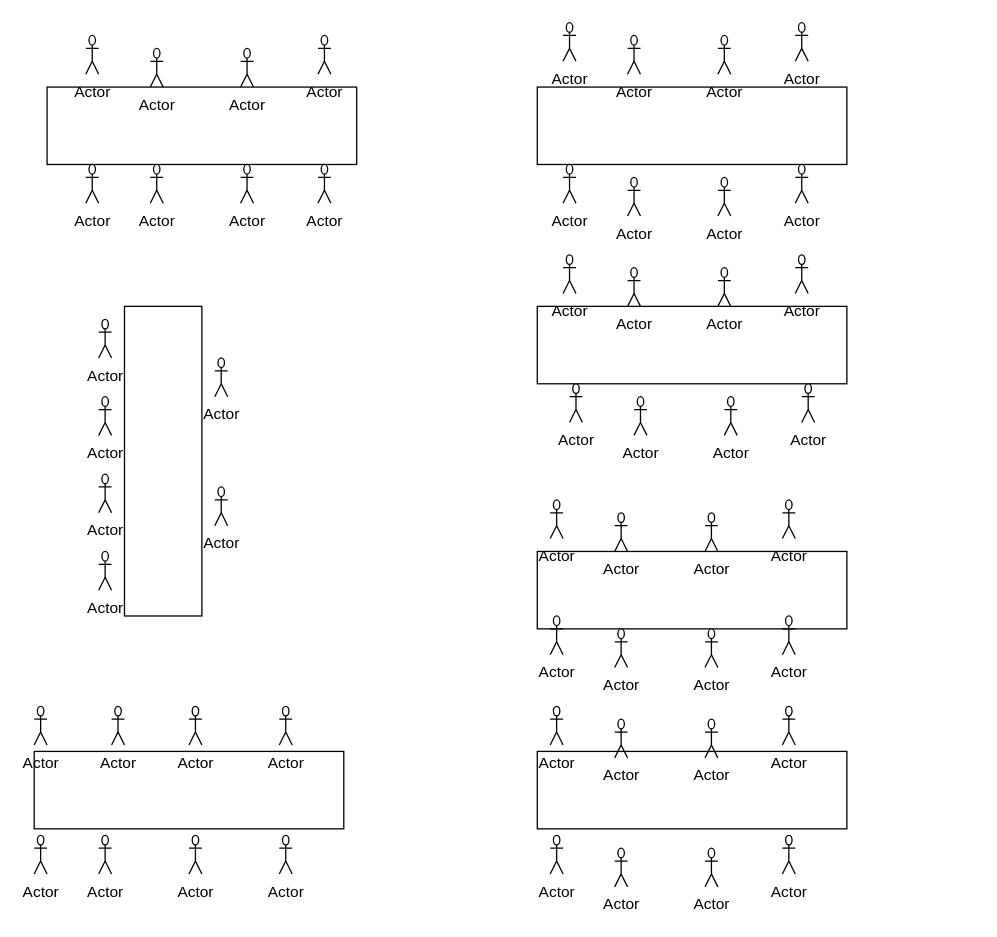
Before: Sitzplan Hochzeit.drawio in FlorianKuehn96/hochzeit-natascha-florian-clean, a draw.io diagram. Source tidied: cells renumbered, new cells numbered last; positions are measured from the earlier drawing's top-left corner, leaving out a move shared by most shapes. Both pictures are drawn from the tidied source at 129%, with x=0, y=0 at pixel (8, 22).
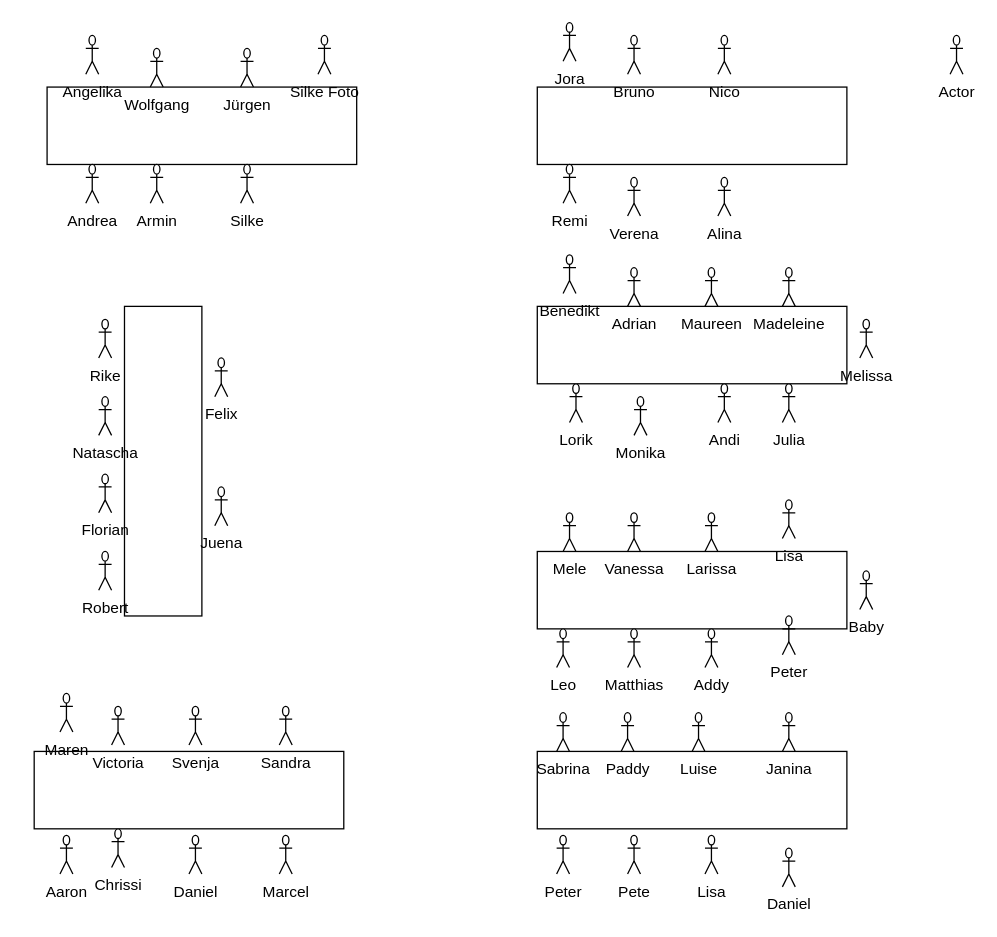
Above is the later version.

What changed in the source:
```diff
@@
-    <mxCell id="9" value="Actor" style="shape=umlActor;verticalLabelPosition=bottom;verticalAlign=top;html=1;" parent="1" vertex="1">
+    <mxCell id="9" value="Angelika" style="shape=umlActor;verticalLabelPosition=bottom;verticalAlign=top;html=1;" parent="1" vertex="1">
       <mxGeometry x="60" y="10" width="10" height="30" as="geometry" />
     </mxCell>
-    <mxCell id="10" value="Actor" style="shape=umlActor;verticalLabelPosition=bottom;verticalAlign=top;html=1;" parent="1" vertex="1">
+    <mxCell id="10" value="&lt;div&gt;Silke Foto&lt;/div&gt;" style="shape=umlActor;verticalLabelPosition=bottom;verticalAlign=top;html=1;" parent="1" vertex="1">
       <mxGeometry x="240" y="10" width="10" height="30" as="geometry" />
     </mxCell>
-    <mxCell id="11" value="Actor" style="shape=umlActor;verticalLabelPosition=bottom;verticalAlign=top;html=1;" parent="1" vertex="1">
+    <mxCell id="11" value="Wolfgang" style="shape=umlActor;verticalLabelPosition=bottom;verticalAlign=top;html=1;" parent="1" vertex="1">
       <mxGeometry x="110" y="20" width="10" height="30" as="geometry" />
     </mxCell>
-    <mxCell id="12" value="Actor" style="shape=umlActor;verticalLabelPosition=bottom;verticalAlign=top;html=1;" parent="1" vertex="1">
+    <mxCell id="12" value="Jürgen" style="shape=umlActor;verticalLabelPosition=bottom;verticalAlign=top;html=1;" parent="1" vertex="1">
       <mxGeometry x="180" y="20" width="10" height="30" as="geometry" />
     </mxCell>
-    <mxCell id="13" value="Actor" style="shape=umlActor;verticalLabelPosition=bottom;verticalAlign=top;html=1;" parent="1" vertex="1">
+    <mxCell id="13" value="Armin" style="shape=umlActor;verticalLabelPosition=bottom;verticalAlign=top;html=1;" parent="1" vertex="1">
       <mxGeometry x="110" y="110" width="10" height="30" as="geometry" />
     </mxCell>
-    <mxCell id="14" value="Actor" style="shape=umlActor;verticalLabelPosition=bottom;verticalAlign=top;html=1;" parent="1" vertex="1">
+    <mxCell id="14" value="Andrea" style="shape=umlActor;verticalLabelPosition=bottom;verticalAlign=top;html=1;" parent="1" vertex="1">
       <mxGeometry x="60" y="110" width="10" height="30" as="geometry" />
     </mxCell>
-    <mxCell id="15" value="Actor" style="shape=umlActor;verticalLabelPosition=bottom;verticalAlign=top;html=1;" parent="1" vertex="1">
+    <mxCell id="15" value="Silke" style="shape=umlActor;verticalLabelPosition=bottom;verticalAlign=top;html=1;" parent="1" vertex="1">
       <mxGeometry x="180" y="110" width="10" height="30" as="geometry" />
     </mxCell>
-    <mxCell id="16" value="Actor" style="shape=umlActor;verticalLabelPosition=bottom;verticalAlign=top;html=1;" parent="1" vertex="1">
-      <mxGeometry x="240" y="110" width="10" height="30" as="geometry" />
+    <mxCell id="16" value="&lt;div&gt;Larissa&lt;/div&gt;" style="shape=umlActor;verticalLabelPosition=bottom;verticalAlign=top;html=1;" parent="1" vertex="1">
+      <mxGeometry x="540" y="380" width="10" height="30" as="geometry" />
     </mxCell>
-    <mxCell id="17" value="Actor" style="shape=umlActor;verticalLabelPosition=bottom;verticalAlign=top;html=1;" parent="1" vertex="1">
+    <mxCell id="17" value="Jora" style="shape=umlActor;verticalLabelPosition=bottom;verticalAlign=top;html=1;" parent="1" vertex="1">
       <mxGeometry x="430" width="10" height="30" as="geometry" />
     </mxCell>
     <mxCell id="18" value="Actor" style="shape=umlActor;verticalLabelPosition=bottom;verticalAlign=top;html=1;" parent="1" vertex="1">
-      <mxGeometry x="610" width="10" height="30" as="geometry" />
+      <mxGeometry x="730" y="10" width="10" height="30" as="geometry" />
     </mxCell>
-    <mxCell id="19" value="Actor" style="shape=umlActor;verticalLabelPosition=bottom;verticalAlign=top;html=1;" parent="1" vertex="1">
+    <mxCell id="19" value="Bruno" style="shape=umlActor;verticalLabelPosition=bottom;verticalAlign=top;html=1;" parent="1" vertex="1">
       <mxGeometry x="480" y="10" width="10" height="30" as="geometry" />
     </mxCell>
-    <mxCell id="20" value="Actor" style="shape=umlActor;verticalLabelPosition=bottom;verticalAlign=top;html=1;" parent="1" vertex="1">
+    <mxCell id="20" value="Nico" style="shape=umlActor;verticalLabelPosition=bottom;verticalAlign=top;html=1;" parent="1" vertex="1">
       <mxGeometry x="550" y="10" width="10" height="30" as="geometry" />
     </mxCell>
-    <mxCell id="21" value="Actor" style="shape=umlActor;verticalLabelPosition=bottom;verticalAlign=top;html=1;" parent="1" vertex="1">
+    <mxCell id="21" value="Remi" style="shape=umlActor;verticalLabelPosition=bottom;verticalAlign=top;html=1;" parent="1" vertex="1">
       <mxGeometry x="430" y="110" width="10" height="30" as="geometry" />
     </mxCell>
-    <mxCell id="22" value="Actor" style="shape=umlActor;verticalLabelPosition=bottom;verticalAlign=top;html=1;" parent="1" vertex="1">
-      <mxGeometry x="610" y="110" width="10" height="30" as="geometry" />
+    <mxCell id="22" value="Addy" style="shape=umlActor;verticalLabelPosition=bottom;verticalAlign=top;html=1;" parent="1" vertex="1">
+      <mxGeometry x="540" y="470" width="10" height="30" as="geometry" />
     </mxCell>
-    <mxCell id="23" value="Actor" style="shape=umlActor;verticalLabelPosition=bottom;verticalAlign=top;html=1;" parent="1" vertex="1">
+    <mxCell id="23" value="Verena" style="shape=umlActor;verticalLabelPosition=bottom;verticalAlign=top;html=1;" parent="1" vertex="1">
       <mxGeometry x="480" y="120" width="10" height="30" as="geometry" />
     </mxCell>
-    <mxCell id="24" value="Actor" style="shape=umlActor;verticalLabelPosition=bottom;verticalAlign=top;html=1;" parent="1" vertex="1">
+    <mxCell id="24" value="Alina" style="shape=umlActor;verticalLabelPosition=bottom;verticalAlign=top;html=1;" parent="1" vertex="1">
       <mxGeometry x="550" y="120" width="10" height="30" as="geometry" />
     </mxCell>
-    <mxCell id="25" value="Actor" style="shape=umlActor;verticalLabelPosition=bottom;verticalAlign=top;html=1;" parent="1" vertex="1">
+    <mxCell id="25" value="Lorik" style="shape=umlActor;verticalLabelPosition=bottom;verticalAlign=top;html=1;" parent="1" vertex="1">
       <mxGeometry x="435" y="280" width="10" height="30" as="geometry" />
     </mxCell>
-    <mxCell id="26" value="Actor" style="shape=umlActor;verticalLabelPosition=bottom;verticalAlign=top;html=1;" parent="1" vertex="1">
-      <mxGeometry x="615" y="280" width="10" height="30" as="geometry" />
+    <mxCell id="26" value="&lt;div&gt;Baby&lt;/div&gt;" style="shape=umlActor;verticalLabelPosition=bottom;verticalAlign=top;html=1;" parent="1" vertex="1">
+      <mxGeometry x="660" y="425" width="10" height="30" as="geometry" />
     </mxCell>
-    <mxCell id="27" value="Actor" style="shape=umlActor;verticalLabelPosition=bottom;verticalAlign=top;html=1;" parent="1" vertex="1">
+    <mxCell id="27" value="Monika" style="shape=umlActor;verticalLabelPosition=bottom;verticalAlign=top;html=1;" parent="1" vertex="1">
       <mxGeometry x="485" y="290" width="10" height="30" as="geometry" />
     </mxCell>
-    <mxCell id="28" value="Actor" style="shape=umlActor;verticalLabelPosition=bottom;verticalAlign=top;html=1;" parent="1" vertex="1">
-      <mxGeometry x="555" y="290" width="10" height="30" as="geometry" />
+    <mxCell id="28" value="Aaron" style="shape=umlActor;verticalLabelPosition=bottom;verticalAlign=top;html=1;" parent="1" vertex="1">
+      <mxGeometry x="40" y="630" width="10" height="30" as="geometry" />
     </mxCell>
-    <mxCell id="29" value="Actor" style="shape=umlActor;verticalLabelPosition=bottom;verticalAlign=top;html=1;" parent="1" vertex="1">
+    <mxCell id="29" value="Benedikt" style="shape=umlActor;verticalLabelPosition=bottom;verticalAlign=top;html=1;" parent="1" vertex="1">
       <mxGeometry x="430" y="180" width="10" height="30" as="geometry" />
     </mxCell>
-    <mxCell id="30" value="Actor" style="shape=umlActor;verticalLabelPosition=bottom;verticalAlign=top;html=1;" parent="1" vertex="1">
-      <mxGeometry x="610" y="180" width="10" height="30" as="geometry" />
+    <mxCell id="30" value="Melissa" style="shape=umlActor;verticalLabelPosition=bottom;verticalAlign=top;html=1;" parent="1" vertex="1">
+      <mxGeometry x="660" y="230" width="10" height="30" as="geometry" />
     </mxCell>
-    <mxCell id="31" value="Actor" style="shape=umlActor;verticalLabelPosition=bottom;verticalAlign=top;html=1;" parent="1" vertex="1">
+    <mxCell id="31" value="Adrian" style="shape=umlActor;verticalLabelPosition=bottom;verticalAlign=top;html=1;" parent="1" vertex="1">
       <mxGeometry x="480" y="190" width="10" height="30" as="geometry" />
     </mxCell>
-    <mxCell id="32" value="Actor" style="shape=umlActor;verticalLabelPosition=bottom;verticalAlign=top;html=1;" parent="1" vertex="1">
-      <mxGeometry x="550" y="190" width="10" height="30" as="geometry" />
+    <mxCell id="32" value="Maren" style="shape=umlActor;verticalLabelPosition=bottom;verticalAlign=top;html=1;" parent="1" vertex="1">
+      <mxGeometry x="40" y="520" width="10" height="30" as="geometry" />
     </mxCell>
-    <mxCell id="33" value="Actor" style="shape=umlActor;verticalLabelPosition=bottom;verticalAlign=top;html=1;" parent="1" vertex="1">
-      <mxGeometry x="420" y="370" width="10" height="30" as="geometry" />
+    <mxCell id="33" value="Maureen" style="shape=umlActor;verticalLabelPosition=bottom;verticalAlign=top;html=1;" parent="1" vertex="1">
+      <mxGeometry x="540" y="190" width="10" height="30" as="geometry" />
     </mxCell>
-    <mxCell id="34" value="Actor" style="shape=umlActor;verticalLabelPosition=bottom;verticalAlign=top;html=1;" parent="1" vertex="1">
+    <mxCell id="34" value="Lisa" style="shape=umlActor;verticalLabelPosition=bottom;verticalAlign=top;html=1;" parent="1" vertex="1">
       <mxGeometry x="600" y="370" width="10" height="30" as="geometry" />
     </mxCell>
-    <mxCell id="35" value="Actor" style="shape=umlActor;verticalLabelPosition=bottom;verticalAlign=top;html=1;" parent="1" vertex="1">
-      <mxGeometry x="470" y="380" width="10" height="30" as="geometry" />
+    <mxCell id="35" value="Janina" style="shape=umlActor;verticalLabelPosition=bottom;verticalAlign=top;html=1;" parent="1" vertex="1">
+      <mxGeometry x="600" y="535" width="10" height="30" as="geometry" />
     </mxCell>
-    <mxCell id="36" value="Actor" style="shape=umlActor;verticalLabelPosition=bottom;verticalAlign=top;html=1;" parent="1" vertex="1">
-      <mxGeometry x="540" y="380" width="10" height="30" as="geometry" />
+    <mxCell id="36" value="Madeleine" style="shape=umlActor;verticalLabelPosition=bottom;verticalAlign=top;html=1;" parent="1" vertex="1">
+      <mxGeometry x="600" y="190" width="10" height="30" as="geometry" />
     </mxCell>
-    <mxCell id="37" value="Actor" style="shape=umlActor;verticalLabelPosition=bottom;verticalAlign=top;html=1;" parent="1" vertex="1">
-      <mxGeometry x="420" y="460" width="10" height="30" as="geometry" />
+    <mxCell id="37" value="Andi" style="shape=umlActor;verticalLabelPosition=bottom;verticalAlign=top;html=1;" parent="1" vertex="1">
+      <mxGeometry x="550" y="280" width="10" height="30" as="geometry" />
     </mxCell>
-    <mxCell id="38" value="Actor" style="shape=umlActor;verticalLabelPosition=bottom;verticalAlign=top;html=1;" parent="1" vertex="1">
+    <mxCell id="38" value="Peter" style="shape=umlActor;verticalLabelPosition=bottom;verticalAlign=top;html=1;" parent="1" vertex="1">
       <mxGeometry x="600" y="460" width="10" height="30" as="geometry" />
     </mxCell>
-    <mxCell id="39" value="Actor" style="shape=umlActor;verticalLabelPosition=bottom;verticalAlign=top;html=1;" parent="1" vertex="1">
-      <mxGeometry x="470" y="470" width="10" height="30" as="geometry" />
+    <mxCell id="39" value="Daniel" style="shape=umlActor;verticalLabelPosition=bottom;verticalAlign=top;html=1;" parent="1" vertex="1">
+      <mxGeometry x="600" y="640" width="10" height="30" as="geometry" />
     </mxCell>
-    <mxCell id="40" value="Actor" style="shape=umlActor;verticalLabelPosition=bottom;verticalAlign=top;html=1;" parent="1" vertex="1">
-      <mxGeometry x="540" y="470" width="10" height="30" as="geometry" />
+    <mxCell id="40" value="Julia" style="shape=umlActor;verticalLabelPosition=bottom;verticalAlign=top;html=1;" parent="1" vertex="1">
+      <mxGeometry x="600" y="280" width="10" height="30" as="geometry" />
     </mxCell>
-    <mxCell id="41" value="Actor" style="shape=umlActor;verticalLabelPosition=bottom;verticalAlign=top;html=1;" parent="1" vertex="1">
-      <mxGeometry x="420" y="530" width="10" height="30" as="geometry" />
+    <mxCell id="41" value="Mele" style="shape=umlActor;verticalLabelPosition=bottom;verticalAlign=top;html=1;" parent="1" vertex="1">
+      <mxGeometry x="430" y="380" width="10" height="30" as="geometry" />
     </mxCell>
-    <mxCell id="42" value="Actor" style="shape=umlActor;verticalLabelPosition=bottom;verticalAlign=top;html=1;" parent="1" vertex="1">
-      <mxGeometry x="600" y="530" width="10" height="30" as="geometry" />
+    <mxCell id="42" value="Paddy" style="shape=umlActor;verticalLabelPosition=bottom;verticalAlign=top;html=1;" parent="1" vertex="1">
+      <mxGeometry x="475" y="535" width="10" height="30" as="geometry" />
     </mxCell>
-    <mxCell id="43" value="Actor" style="shape=umlActor;verticalLabelPosition=bottom;verticalAlign=top;html=1;" parent="1" vertex="1">
-      <mxGeometry x="470" y="540" width="10" height="30" as="geometry" />
+    <mxCell id="43" value="Vanessa" style="shape=umlActor;verticalLabelPosition=bottom;verticalAlign=top;html=1;" parent="1" vertex="1">
+      <mxGeometry x="480" y="380" width="10" height="30" as="geometry" />
     </mxCell>
-    <mxCell id="44" value="Actor" style="shape=umlActor;verticalLabelPosition=bottom;verticalAlign=top;html=1;" parent="1" vertex="1">
-      <mxGeometry x="540" y="540" width="10" height="30" as="geometry" />
+    <mxCell id="44" value="Sabrina" style="shape=umlActor;verticalLabelPosition=bottom;verticalAlign=top;html=1;" parent="1" vertex="1">
+      <mxGeometry x="425" y="535" width="10" height="30" as="geometry" />
     </mxCell>
-    <mxCell id="45" value="Actor" style="shape=umlActor;verticalLabelPosition=bottom;verticalAlign=top;html=1;" parent="1" vertex="1">
-      <mxGeometry x="420" y="630" width="10" height="30" as="geometry" />
+    <mxCell id="45" value="Leo" style="shape=umlActor;verticalLabelPosition=bottom;verticalAlign=top;html=1;" parent="1" vertex="1">
+      <mxGeometry x="425" y="470" width="10" height="30" as="geometry" />
     </mxCell>
-    <mxCell id="46" value="Actor" style="shape=umlActor;verticalLabelPosition=bottom;verticalAlign=top;html=1;" parent="1" vertex="1">
-      <mxGeometry x="600" y="630" width="10" height="30" as="geometry" />
+    <mxCell id="46" value="Lisa" style="shape=umlActor;verticalLabelPosition=bottom;verticalAlign=top;html=1;" parent="1" vertex="1">
+      <mxGeometry x="540" y="630" width="10" height="30" as="geometry" />
     </mxCell>
-    <mxCell id="47" value="Actor" style="shape=umlActor;verticalLabelPosition=bottom;verticalAlign=top;html=1;" parent="1" vertex="1">
-      <mxGeometry x="470" y="640" width="10" height="30" as="geometry" />
+    <mxCell id="47" value="Matthias" style="shape=umlActor;verticalLabelPosition=bottom;verticalAlign=top;html=1;" parent="1" vertex="1">
+      <mxGeometry x="480" y="470" width="10" height="30" as="geometry" />
     </mxCell>
-    <mxCell id="48" value="Actor" style="shape=umlActor;verticalLabelPosition=bottom;verticalAlign=top;html=1;" parent="1" vertex="1">
-      <mxGeometry x="540" y="640" width="10" height="30" as="geometry" />
+    <mxCell id="48" value="Pete" style="shape=umlActor;verticalLabelPosition=bottom;verticalAlign=top;html=1;" parent="1" vertex="1">
+      <mxGeometry x="480" y="630" width="10" height="30" as="geometry" />
     </mxCell>
-    <mxCell id="49" value="Actor" style="shape=umlActor;verticalLabelPosition=bottom;verticalAlign=top;html=1;" parent="1" vertex="1">
-      <mxGeometry x="20" y="530" width="10" height="30" as="geometry" />
+    <mxCell id="49" value="Sandra" style="shape=umlActor;verticalLabelPosition=bottom;verticalAlign=top;html=1;" parent="1" vertex="1">
+      <mxGeometry x="210" y="530" width="10" height="30" as="geometry" />
     </mxCell>
-    <mxCell id="50" value="Actor" style="shape=umlActor;verticalLabelPosition=bottom;verticalAlign=top;html=1;" parent="1" vertex="1">
-      <mxGeometry x="210" y="530" width="10" height="30" as="geometry" />
+    <mxCell id="50" value="Chrissi" style="shape=umlActor;verticalLabelPosition=bottom;verticalAlign=top;html=1;" parent="1" vertex="1">
+      <mxGeometry x="80" y="625" width="10" height="30" as="geometry" />
     </mxCell>
-    <mxCell id="51" value="Actor" style="shape=umlActor;verticalLabelPosition=bottom;verticalAlign=top;html=1;" parent="1" vertex="1">
+    <mxCell id="51" value="Victoria" style="shape=umlActor;verticalLabelPosition=bottom;verticalAlign=top;html=1;" parent="1" vertex="1">
       <mxGeometry x="80" y="530" width="10" height="30" as="geometry" />
     </mxCell>
-    <mxCell id="52" value="Actor" style="shape=umlActor;verticalLabelPosition=bottom;verticalAlign=top;html=1;" parent="1" vertex="1">
+    <mxCell id="52" value="Svenja" style="shape=umlActor;verticalLabelPosition=bottom;verticalAlign=top;html=1;" parent="1" vertex="1">
       <mxGeometry x="140" y="530" width="10" height="30" as="geometry" />
     </mxCell>
-    <mxCell id="53" value="Actor" style="shape=umlActor;verticalLabelPosition=bottom;verticalAlign=top;html=1;" parent="1" vertex="1">
-      <mxGeometry x="20" y="630" width="10" height="30" as="geometry" />
+    <mxCell id="53" value="Marcel" style="shape=umlActor;verticalLabelPosition=bottom;verticalAlign=top;html=1;" parent="1" vertex="1">
+      <mxGeometry x="210" y="630" width="10" height="30" as="geometry" />
     </mxCell>
-    <mxCell id="54" value="Actor" style="shape=umlActor;verticalLabelPosition=bottom;verticalAlign=top;html=1;" parent="1" vertex="1">
-      <mxGeometry x="210" y="630" width="10" height="30" as="geometry" />
+    <mxCell id="54" value="&lt;div&gt;Luise&lt;/div&gt;" style="shape=umlActor;verticalLabelPosition=bottom;verticalAlign=top;html=1;" parent="1" vertex="1">
+      <mxGeometry x="530" y="535" width="10" height="30" as="geometry" />
     </mxCell>
-    <mxCell id="55" value="Actor" style="shape=umlActor;verticalLabelPosition=bottom;verticalAlign=top;html=1;" parent="1" vertex="1">
-      <mxGeometry x="70" y="630" width="10" height="30" as="geometry" />
+    <mxCell id="55" value="Peter" style="shape=umlActor;verticalLabelPosition=bottom;verticalAlign=top;html=1;" parent="1" vertex="1">
+      <mxGeometry x="425" y="630" width="10" height="30" as="geometry" />
     </mxCell>
-    <mxCell id="56" value="Actor" style="shape=umlActor;verticalLabelPosition=bottom;verticalAlign=top;html=1;" parent="1" vertex="1">
+    <mxCell id="56" value="Daniel" style="shape=umlActor;verticalLabelPosition=bottom;verticalAlign=top;html=1;" parent="1" vertex="1">
       <mxGeometry x="140" y="630" width="10" height="30" as="geometry" />
     </mxCell>
-    <mxCell id="57" value="Actor" style="shape=umlActor;verticalLabelPosition=bottom;verticalAlign=top;html=1;" parent="1" vertex="1">
+    <mxCell id="57" value="Robert" style="shape=umlActor;verticalLabelPosition=bottom;verticalAlign=top;html=1;" parent="1" vertex="1">
       <mxGeometry x="70" y="410" width="10" height="30" as="geometry" />
     </mxCell>
-    <mxCell id="58" value="Actor" style="shape=umlActor;verticalLabelPosition=bottom;verticalAlign=top;html=1;" parent="1" vertex="1">
+    <mxCell id="58" value="Rike" style="shape=umlActor;verticalLabelPosition=bottom;verticalAlign=top;html=1;" parent="1" vertex="1">
       <mxGeometry x="70" y="230" width="10" height="30" as="geometry" />
     </mxCell>
-    <mxCell id="59" value="Actor" style="shape=umlActor;verticalLabelPosition=bottom;verticalAlign=top;html=1;" parent="1" vertex="1">
+    <mxCell id="59" value="Felix" style="shape=umlActor;verticalLabelPosition=bottom;verticalAlign=top;html=1;" parent="1" vertex="1">
       <mxGeometry x="160" y="260" width="10" height="30" as="geometry" />
     </mxCell>
-    <mxCell id="60" value="Actor" style="shape=umlActor;verticalLabelPosition=bottom;verticalAlign=top;html=1;" parent="1" vertex="1">
+    <mxCell id="60" value="&lt;div&gt;Natascha&lt;/div&gt;" style="shape=umlActor;verticalLabelPosition=bottom;verticalAlign=top;html=1;" parent="1" vertex="1">
       <mxGeometry x="70" y="290" width="10" height="30" as="geometry" />
     </mxCell>
-    <mxCell id="61" value="Actor" style="shape=umlActor;verticalLabelPosition=bottom;verticalAlign=top;html=1;" parent="1" vertex="1">
+    <mxCell id="61" value="Florian" style="shape=umlActor;verticalLabelPosition=bottom;verticalAlign=top;html=1;" parent="1" vertex="1">
       <mxGeometry x="70" y="350" width="10" height="30" as="geometry" />
     </mxCell>
-    <mxCell id="62" value="Actor" style="shape=umlActor;verticalLabelPosition=bottom;verticalAlign=top;html=1;" parent="1" vertex="1">
+    <mxCell id="62" value="Juena" style="shape=umlActor;verticalLabelPosition=bottom;verticalAlign=top;html=1;" parent="1" vertex="1">
       <mxGeometry x="160" y="360" width="10" height="30" as="geometry" />
     </mxCell>
```
